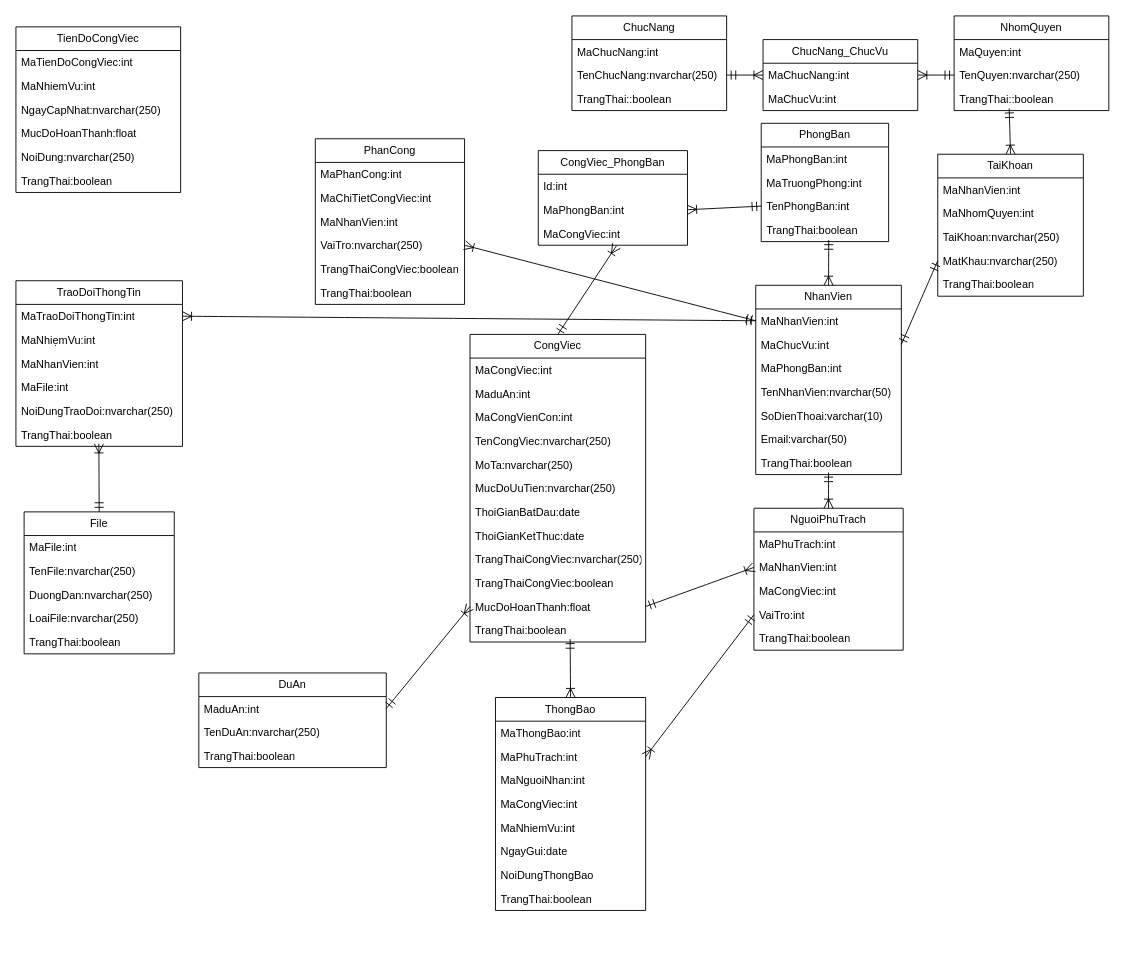
maivantai2003/vercelDemo keeps this draw.io diagram as new dacn+.net.drawio. Above is the earlier version. Source tidied: cells renumbered, new cells numbered last; positions are measured from the earlier drawing's top-left corner, leaving out a move shared by most shapes. Both pictures are drawn from the tidied source at 91%, with x=0, y=0 at pixel (15, 15).
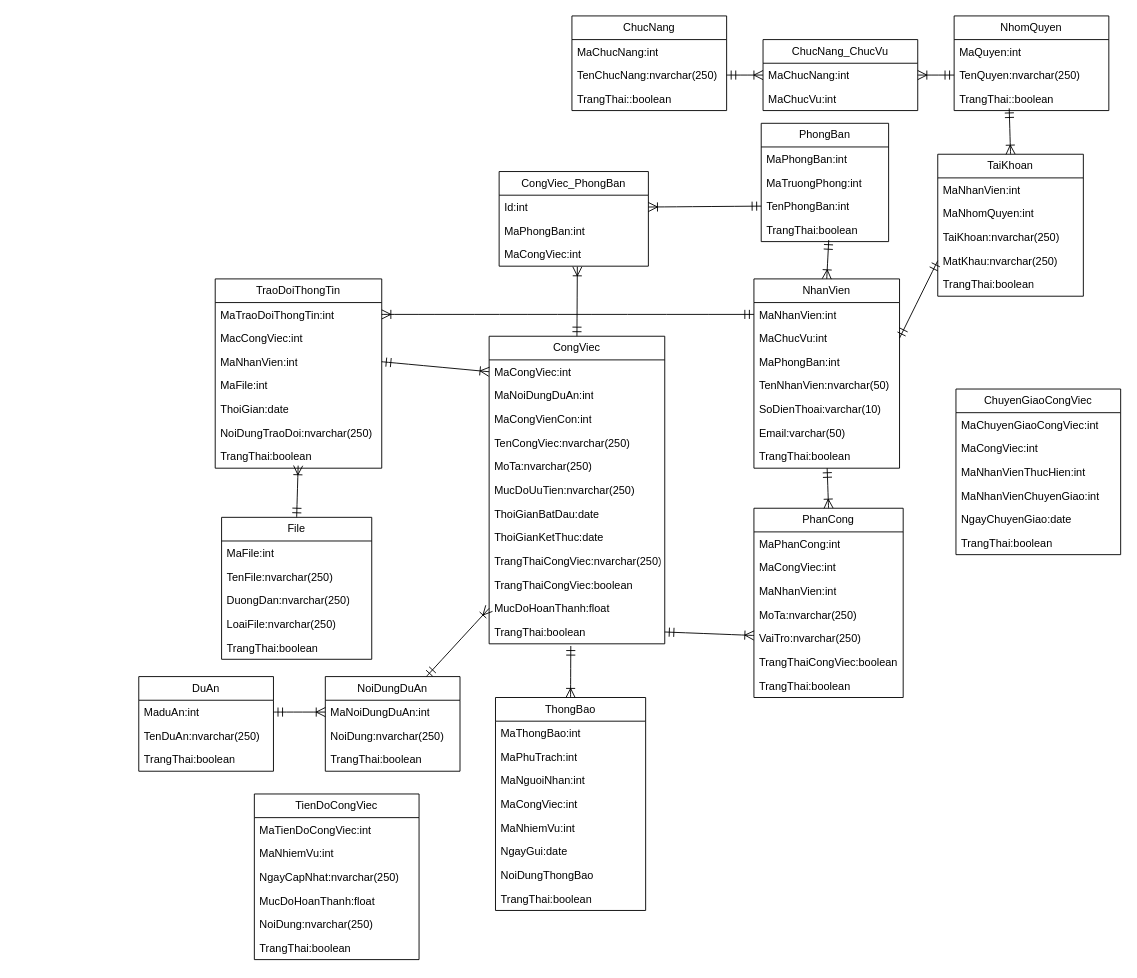
The same diagram, later.

Commit message (it also covers changes not shown here):
Cập nhật new dacn+.net.drawio

The change refers to these unchanged cells:
```xml
<mxCell id="11" value="TenPhongBan:int" style="text;strokeColor=none;fillColor=none;align=left;verticalAlign=top;spacingLeft=4;spacingRight=4;overflow=hidden;points=[[0,0.5],[1,0.5]];portConstraint=eastwest;whiteSpace=wrap;html=1;" parent="8" vertex="1">
  <mxGeometry y="78" width="140" height="26" as="geometry" />
</mxCell>
<mxCell id="15" value="MaCongViec:int" style="text;strokeColor=none;fillColor=none;align=left;verticalAlign=top;spacingLeft=4;spacingRight=4;overflow=hidden;points=[[0,0.5],[1,0.5]];portConstraint=eastwest;whiteSpace=wrap;html=1;" parent="14" vertex="1">
  <mxGeometry y="26" width="193" height="26" as="geometry" />
</mxCell>
<mxCell id="25" value="MucDoHoanThanh:float" style="text;strokeColor=none;fillColor=none;align=left;verticalAlign=top;spacingLeft=4;spacingRight=4;overflow=hidden;points=[[0,0.5],[1,0.5]];portConstraint=eastwest;whiteSpace=wrap;html=1;" parent="14" vertex="1">
  <mxGeometry y="286" width="193" height="26" as="geometry" />
</mxCell>
<mxCell id="26" value="TrangThai:boolean" style="text;strokeColor=none;fillColor=none;align=left;verticalAlign=top;spacingLeft=4;spacingRight=4;overflow=hidden;points=[[0,0.5],[1,0.5]];portConstraint=eastwest;whiteSpace=wrap;html=1;" parent="14" vertex="1">
  <mxGeometry y="312" width="193" height="26" as="geometry" />
</mxCell>
<mxCell id="42" value="Id:int" style="text;strokeColor=none;fillColor=none;align=left;verticalAlign=top;spacingLeft=4;spacingRight=4;overflow=hidden;points=[[0,0.5],[1,0.5]];portConstraint=eastwest;whiteSpace=wrap;html=1;" parent="41" vertex="1">
  <mxGeometry y="26" width="164" height="26" as="geometry" />
</mxCell>
<mxCell id="47" value="MaNhanVien:int" style="text;strokeColor=none;fillColor=none;align=left;verticalAlign=top;spacingLeft=4;spacingRight=4;overflow=hidden;points=[[0,0.5],[1,0.5]];portConstraint=eastwest;whiteSpace=wrap;html=1;" parent="46" vertex="1">
  <mxGeometry y="26" width="160" height="26" as="geometry" />
</mxCell>
<mxCell id="53" value="TrangThai:boolean" style="text;strokeColor=none;fillColor=none;align=left;verticalAlign=top;spacingLeft=4;spacingRight=4;overflow=hidden;points=[[0,0.5],[1,0.5]];portConstraint=eastwest;whiteSpace=wrap;html=1;" parent="46" vertex="1">
  <mxGeometry y="182" width="160" height="26" as="geometry" />
</mxCell>
<mxCell id="76" value="MaNhanVien:int" style="text;strokeColor=none;fillColor=none;align=left;verticalAlign=top;spacingLeft=4;spacingRight=4;overflow=hidden;points=[[0,0.5],[1,0.5]];portConstraint=eastwest;whiteSpace=wrap;html=1;" parent="73" vertex="1">
  <mxGeometry y="78" width="183" height="26" as="geometry" />
</mxCell>
<mxCell id="95" value="ThongBao" style="swimlane;fontStyle=0;horizontal=1;startSize=26;fillColor=none;whiteSpace=wrap;html=1;" parent="1" vertex="1">
  <mxGeometry x="527" y="749" width="165" height="234" as="geometry" />
</mxCell>
<mxCell id="97" value="MaPhuTrach:int" style="text;strokeColor=none;fillColor=none;align=left;verticalAlign=top;spacingLeft=4;spacingRight=4;overflow=hidden;points=[[0,0.5],[1,0.5]];portConstraint=eastwest;whiteSpace=wrap;html=1;" parent="95" vertex="1">
  <mxGeometry y="52" width="165" height="26" as="geometry" />
</mxCell>
```

What changed in the source:
```diff
@@
     <mxCell id="14" value="CongViec" style="swimlane;fontStyle=0;horizontal=1;startSize=26;fillColor=none;whiteSpace=wrap;html=1;" parent="1" vertex="1">
-      <mxGeometry x="499" y="350" width="193" height="338" as="geometry" />
+      <mxGeometry x="520" y="352" width="193" height="338" as="geometry" />
     </mxCell>
@@
-    <mxCell id="16" value="MaduAn:int" style="text;strokeColor=none;fillColor=none;align=left;verticalAlign=top;spacingLeft=4;spacingRight=4;overflow=hidden;whiteSpace=wrap;html=1;" parent="14" vertex="1">
+    <mxCell id="16" value="MaNoiDungDuAn:int" style="text;strokeColor=none;fillColor=none;align=left;verticalAlign=top;spacingLeft=4;spacingRight=4;overflow=hidden;whiteSpace=wrap;html=1;" parent="14" vertex="1">
       <mxGeometry y="52" width="193" height="26" as="geometry" />
     </mxCell>
@@
     <mxCell id="41" value="CongViec_PhongBan" style="swimlane;fontStyle=0;horizontal=1;startSize=26;fillColor=none;whiteSpace=wrap;html=1;" parent="1" vertex="1">
-      <mxGeometry x="574" y="148" width="164" height="104" as="geometry" />
+      <mxGeometry x="531" y="171" width="164" height="104" as="geometry" />
     </mxCell>
@@
     <mxCell id="46" value="NhanVien" style="swimlane;fontStyle=0;horizontal=1;startSize=26;fillColor=none;whiteSpace=wrap;html=1;" parent="1" vertex="1">
-      <mxGeometry x="813" y="296" width="160" height="208" as="geometry" />
+      <mxGeometry x="811" y="289" width="160" height="208" as="geometry" />
     </mxCell>
@@
-    <mxCell id="55" style="edgeStyle=none;curved=1;rounded=0;jettySize=auto;html=1;exitX=1;exitY=0.5;exitDx=0;exitDy=0;entryX=0;entryY=0.5;entryDx=0;entryDy=0;fontSize=12;startSize=8;endSize=8;startArrow=ERoneToMany;startFill=0;endArrow=ERmandOne;endFill=0;" parent="1" edge="1" target="11">
-      <mxGeometry relative="1" as="geometry">
-        <mxPoint x="738" y="213" as="sourcePoint" />
-      </mxGeometry>
+    <mxCell id="55" style="edgeStyle=none;curved=1;rounded=0;jettySize=auto;html=1;exitX=1;exitY=0.5;exitDx=0;exitDy=0;entryX=0;entryY=0.5;entryDx=0;entryDy=0;fontSize=12;startSize=8;endSize=8;startArrow=ERoneToMany;startFill=0;endArrow=ERmandOne;endFill=0;" parent="1" edge="1" source="42" target="11">
+      <mxGeometry relative="1" as="geometry" />
     </mxCell>
@@
+    <mxCell id="111" style="edgeStyle=none;curved=1;rounded=0;jettySize=auto;html=1;exitX=0.5;exitY=0;exitDx=0;exitDy=0;fontSize=12;startSize=8;endSize=8;startArrow=ERoneToMany;startFill=0;endArrow=ERmandOne;endFill=0;" parent="1" edge="1" source="57" target="53">
+      <mxGeometry relative="1" as="geometry" />
+    </mxCell>
     <mxCell id="57" value="PhanCong" style="swimlane;fontStyle=0;horizontal=1;startSize=26;fillColor=none;whiteSpace=wrap;html=1;" parent="1" vertex="1">
-      <mxGeometry x="329" y="135" width="164" height="182" as="geometry" />
+      <mxGeometry x="811" y="541" width="164" height="208" as="geometry" />
     </mxCell>
@@
-    <mxCell id="59" value="MaChiTietCongViec:int" style="text;strokeColor=none;fillColor=none;align=left;verticalAlign=top;spacingLeft=4;spacingRight=4;overflow=hidden;whiteSpace=wrap;html=1;" parent="57" vertex="1">
+    <mxCell id="59" value="MaCongViec:int" style="text;strokeColor=none;fillColor=none;align=left;verticalAlign=top;spacingLeft=4;spacingRight=4;overflow=hidden;whiteSpace=wrap;html=1;" parent="57" vertex="1">
       <mxGeometry y="52" width="164" height="26" as="geometry" />
     </mxCell>
@@
+    <mxCell id="112" value="MoTa:nvarchar(250)" style="text;strokeColor=none;fillColor=none;align=left;verticalAlign=top;spacingLeft=4;spacingRight=4;overflow=hidden;whiteSpace=wrap;html=1;" parent="57" vertex="1">
+      <mxGeometry y="104" width="164" height="26" as="geometry" />
+    </mxCell>
     <mxCell id="61" value="VaiTro:nvarchar(250)" style="text;strokeColor=none;fillColor=none;align=left;verticalAlign=top;spacingLeft=4;spacingRight=4;overflow=hidden;points=[[0,0.5],[1,0.5]];portConstraint=eastwest;whiteSpace=wrap;html=1;" parent="57" vertex="1">
-      <mxGeometry y="104" width="164" height="26" as="geometry" />
+      <mxGeometry y="130" width="164" height="26" as="geometry" />
     </mxCell>
     <mxCell id="62" value="TrangThaiCongViec:boolean" style="text;strokeColor=none;fillColor=none;align=left;verticalAlign=top;spacingLeft=4;spacingRight=4;overflow=hidden;whiteSpace=wrap;html=1;" parent="57" vertex="1">
-      <mxGeometry y="130" width="164" height="26" as="geometry" />
+      <mxGeometry y="156" width="164" height="26" as="geometry" />
     </mxCell>
     <mxCell id="63" value="TrangThai:boolean" style="text;strokeColor=none;fillColor=none;align=left;verticalAlign=top;spacingLeft=4;spacingRight=4;overflow=hidden;whiteSpace=wrap;html=1;" parent="57" vertex="1">
-      <mxGeometry y="156" width="164" height="26" as="geometry" />
+      <mxGeometry y="182" width="164" height="26" as="geometry" />
     </mxCell>
-    <mxCell id="64" style="edgeStyle=none;curved=1;rounded=0;jettySize=auto;html=1;exitX=1;exitY=0.5;exitDx=0;exitDy=0;entryX=0;entryY=0.5;entryDx=0;entryDy=0;fontSize=12;startSize=8;endSize=8;startArrow=ERoneToMany;startFill=0;endArrow=ERmandOne;endFill=0;" parent="1" edge="1" source="61" target="47">
-      <mxGeometry relative="1" as="geometry" />
-    </mxCell>
-    <mxCell id="65" value="NguoiPhuTrach" style="swimlane;fontStyle=0;horizontal=1;startSize=26;fillColor=none;whiteSpace=wrap;html=1;" parent="1" vertex="1">
-      <mxGeometry x="811" y="541" width="164" height="156" as="geometry" />
-    </mxCell>
-    <mxCell id="66" value="MaPhuTrach:int" style="text;strokeColor=none;fillColor=none;align=left;verticalAlign=top;spacingLeft=4;spacingRight=4;overflow=hidden;whiteSpace=wrap;html=1;" parent="65" vertex="1">
-      <mxGeometry y="26" width="164" height="26" as="geometry" />
-    </mxCell>
-    <mxCell id="67" value="MaNhanVien:int" style="text;strokeColor=none;fillColor=none;align=left;verticalAlign=top;spacingLeft=4;spacingRight=4;overflow=hidden;points=[[0,0.5],[1,0.5]];portConstraint=eastwest;whiteSpace=wrap;html=1;" parent="65" vertex="1">
-      <mxGeometry y="52" width="164" height="26" as="geometry" />
-    </mxCell>
-    <mxCell id="68" value="MaCongViec:int" style="text;strokeColor=none;fillColor=none;align=left;verticalAlign=top;spacingLeft=4;spacingRight=4;overflow=hidden;whiteSpace=wrap;html=1;" parent="65" vertex="1">
-      <mxGeometry y="78" width="164" height="26" as="geometry" />
-    </mxCell>
-    <mxCell id="69" value="VaiTro:int" style="text;strokeColor=none;fillColor=none;align=left;verticalAlign=top;spacingLeft=4;spacingRight=4;overflow=hidden;points=[[0,0.5],[1,0.5]];portConstraint=eastwest;whiteSpace=wrap;html=1;" parent="65" vertex="1">
-      <mxGeometry y="104" width="164" height="26" as="geometry" />
-    </mxCell>
-    <mxCell id="70" value="TrangThai:boolean" style="text;strokeColor=none;fillColor=none;align=left;verticalAlign=top;spacingLeft=4;spacingRight=4;overflow=hidden;whiteSpace=wrap;html=1;" parent="65" vertex="1">
-      <mxGeometry y="130" width="164" height="26" as="geometry" />
-    </mxCell>
-    <mxCell id="71" style="edgeStyle=none;curved=1;rounded=0;jettySize=auto;html=1;exitX=0.5;exitY=0;exitDx=0;exitDy=0;entryX=0.5;entryY=0.915;entryDx=0;entryDy=0;entryPerimeter=0;fontSize=12;startSize=8;endSize=8;startArrow=ERoneToMany;startFill=0;endArrow=ERmandOne;endFill=0;" parent="1" edge="1" source="65" target="53">
-      <mxGeometry relative="1" as="geometry" />
-    </mxCell>
-    <mxCell id="72" style="edgeStyle=none;curved=1;rounded=0;jettySize=auto;html=1;exitX=1;exitY=0.5;exitDx=0;exitDy=0;entryX=0;entryY=0.5;entryDx=0;entryDy=0;fontSize=12;startSize=8;endSize=8;startArrow=ERmandOne;startFill=0;endArrow=ERoneToMany;endFill=0;" parent="1" edge="1" source="25" target="67">
-      <mxGeometry relative="1" as="geometry" />
-    </mxCell>
     <mxCell id="73" value="TraoDoiThongTin" style="swimlane;fontStyle=0;horizontal=1;startSize=26;fillColor=none;whiteSpace=wrap;html=1;" parent="1" vertex="1">
-      <mxGeometry y="291" width="183" height="182" as="geometry" />
+      <mxGeometry x="219" y="289" width="183" height="208" as="geometry" />
     </mxCell>
@@
-    <mxCell id="75" value="MaNhiẹmVu:int" style="text;strokeColor=none;fillColor=none;align=left;verticalAlign=top;spacingLeft=4;spacingRight=4;overflow=hidden;whiteSpace=wrap;html=1;" parent="73" vertex="1">
+    <mxCell id="75" value="MacCongViec:int" style="text;strokeColor=none;fillColor=none;align=left;verticalAlign=top;spacingLeft=4;spacingRight=4;overflow=hidden;whiteSpace=wrap;html=1;" parent="73" vertex="1">
       <mxGeometry y="52" width="183" height="26" as="geometry" />
     </mxCell>
@@
+    <mxCell id="113" value="ThoiGian:date" style="text;strokeColor=none;fillColor=none;align=left;verticalAlign=top;spacingLeft=4;spacingRight=4;overflow=hidden;whiteSpace=wrap;html=1;" parent="73" vertex="1">
+      <mxGeometry y="130" width="183" height="26" as="geometry" />
+    </mxCell>
     <mxCell id="78" value="NoiDungTraoDoi:nvarchar(250)" style="text;strokeColor=none;fillColor=none;align=left;verticalAlign=top;spacingLeft=4;spacingRight=4;overflow=hidden;whiteSpace=wrap;html=1;" parent="73" vertex="1">
-      <mxGeometry y="130" width="183" height="26" as="geometry" />
+      <mxGeometry y="156" width="183" height="26" as="geometry" />
     </mxCell>
     <mxCell id="79" value="TrangThai:boolean" style="text;strokeColor=none;fillColor=none;align=left;verticalAlign=top;spacingLeft=4;spacingRight=4;overflow=hidden;points=[[0,0.5],[1,0.5]];portConstraint=eastwest;whiteSpace=wrap;html=1;" parent="73" vertex="1">
-      <mxGeometry y="156" width="183" height="26" as="geometry" />
+      <mxGeometry y="182" width="183" height="26" as="geometry" />
     </mxCell>
     <mxCell id="80" value="File" style="swimlane;fontStyle=0;horizontal=1;startSize=26;fillColor=none;whiteSpace=wrap;html=1;" parent="1" vertex="1">
-      <mxGeometry x="9" y="545" width="165" height="156" as="geometry" />
+      <mxGeometry x="226" y="551" width="165" height="156" as="geometry" />
     </mxCell>
@@
     <mxCell id="88" value="TienDoCongViec" style="swimlane;fontStyle=0;horizontal=1;startSize=26;fillColor=none;whiteSpace=wrap;html=1;" parent="1" vertex="1">
-      <mxGeometry y="12" width="181" height="182" as="geometry" />
+      <mxGeometry x="262" y="855" width="181" height="182" as="geometry" />
     </mxCell>
@@
-    <mxCell id="104" style="edgeStyle=none;curved=1;rounded=0;jettySize=auto;html=1;exitX=1;exitY=0.5;exitDx=0;exitDy=0;entryX=0;entryY=0.5;entryDx=0;entryDy=0;fontSize=12;startSize=8;endSize=8;endArrow=ERmandOne;endFill=0;startArrow=ERoneToMany;startFill=0;" parent="1" edge="1" source="97" target="69">
-      <mxGeometry relative="1" as="geometry" />
-    </mxCell>
-    <mxCell id="105" style="edgeStyle=none;curved=1;rounded=0;jettySize=auto;html=1;exitX=0.5;exitY=0;exitDx=0;exitDy=0;entryX=0.57;entryY=0.877;entryDx=0;entryDy=0;entryPerimeter=0;fontSize=12;startSize=8;endSize=8;startArrow=ERoneToMany;startFill=0;endArrow=ERmandOne;endFill=0;" parent="1" edge="1" source="95" target="26">
+    <mxCell id="105" style="edgeStyle=none;curved=1;rounded=0;jettySize=auto;html=1;exitX=0.5;exitY=0;exitDx=0;exitDy=0;fontSize=12;startSize=8;endSize=8;startArrow=ERoneToMany;startFill=0;endArrow=ERmandOne;endFill=0;entryX=0.465;entryY=1.092;entryDx=0;entryDy=0;entryPerimeter=0;" parent="1" edge="1" source="95" target="26">
       <mxGeometry relative="1" as="geometry" />
     </mxCell>
     <mxCell id="106" value="DuAn" style="swimlane;fontStyle=0;horizontal=1;startSize=26;fillColor=none;whiteSpace=wrap;html=1;" parent="1" vertex="1">
-      <mxGeometry x="201" y="722" width="206" height="104" as="geometry" />
+      <mxGeometry x="135" y="726" width="148" height="104" as="geometry" />
     </mxCell>
     <mxCell id="107" value="MaduAn:int" style="text;strokeColor=none;fillColor=none;align=left;verticalAlign=top;spacingLeft=4;spacingRight=4;overflow=hidden;points=[[0,0.5],[1,0.5]];portConstraint=eastwest;whiteSpace=wrap;html=1;" parent="106" vertex="1">
-      <mxGeometry y="26" width="206" height="26" as="geometry" />
+      <mxGeometry y="26" width="148" height="26" as="geometry" />
     </mxCell>
     <mxCell id="108" value="TenDuAn:nvarchar(250)" style="text;strokeColor=none;fillColor=none;align=left;verticalAlign=top;spacingLeft=4;spacingRight=4;overflow=hidden;whiteSpace=wrap;html=1;" parent="106" vertex="1">
-      <mxGeometry y="52" width="206" height="26" as="geometry" />
+      <mxGeometry y="52" width="148" height="26" as="geometry" />
     </mxCell>
     <mxCell id="109" value="TrangThai:boolean" style="text;strokeColor=none;fillColor=none;align=left;verticalAlign=top;spacingLeft=4;spacingRight=4;overflow=hidden;whiteSpace=wrap;html=1;" parent="106" vertex="1">
-      <mxGeometry y="78" width="206" height="26" as="geometry" />
+      <mxGeometry y="78" width="148" height="26" as="geometry" />
     </mxCell>
-    <mxCell id="110" style="edgeStyle=none;curved=1;rounded=0;jettySize=auto;html=1;exitX=1;exitY=0.5;exitDx=0;exitDy=0;entryX=0;entryY=0.5;entryDx=0;entryDy=0;fontSize=12;startSize=8;endSize=8;endArrow=ERoneToMany;endFill=0;startArrow=ERmandOne;startFill=0;" parent="1" edge="1" source="107" target="25">
+    <mxCell id="110" style="edgeStyle=none;curved=1;rounded=0;jettySize=auto;html=1;exitX=1;exitY=0.5;exitDx=0;exitDy=0;entryX=0;entryY=0.5;entryDx=0;entryDy=0;fontSize=12;startSize=8;endSize=8;endArrow=ERoneToMany;endFill=0;startArrow=ERmandOne;startFill=0;" parent="1" edge="1" source="107" target="117">
       <mxGeometry relative="1" as="geometry" />
     </mxCell>
+    <mxCell id="114" style="edgeStyle=none;curved=1;rounded=0;jettySize=auto;html=1;entryX=1;entryY=0.5;entryDx=0;entryDy=0;fontSize=12;startSize=8;endSize=8;startArrow=ERoneToMany;startFill=0;endArrow=ERmandOne;endFill=0;" parent="1" edge="1" source="61" target="26">
+      <mxGeometry relative="1" as="geometry" />
+    </mxCell>
+    <mxCell id="115" style="edgeStyle=none;curved=1;rounded=0;jettySize=auto;html=1;exitX=0.75;exitY=0;exitDx=0;exitDy=0;entryX=0;entryY=0.5;entryDx=0;entryDy=0;fontSize=12;startSize=8;endSize=8;endArrow=ERoneToMany;endFill=0;startArrow=ERmandOne;startFill=0;" parent="1" edge="1" source="116" target="25">
+      <mxGeometry relative="1" as="geometry" />
+    </mxCell>
+    <mxCell id="116" value="NoiDungDuAn" style="swimlane;fontStyle=0;horizontal=1;startSize=26;fillColor=none;whiteSpace=wrap;html=1;" parent="1" vertex="1">
+      <mxGeometry x="340" y="726" width="148" height="104" as="geometry" />
+    </mxCell>
+    <mxCell id="117" value="MaNoiDungDuAn:int" style="text;strokeColor=none;fillColor=none;align=left;verticalAlign=top;spacingLeft=4;spacingRight=4;overflow=hidden;points=[[0,0.5],[1,0.5]];portConstraint=eastwest;whiteSpace=wrap;html=1;" parent="116" vertex="1">
+      <mxGeometry y="26" width="148" height="26" as="geometry" />
+    </mxCell>
+    <mxCell id="118" value="NoiDung:nvarchar(250)" style="text;strokeColor=none;fillColor=none;align=left;verticalAlign=top;spacingLeft=4;spacingRight=4;overflow=hidden;whiteSpace=wrap;html=1;" parent="116" vertex="1">
+      <mxGeometry y="52" width="148" height="26" as="geometry" />
+    </mxCell>
+    <mxCell id="119" value="TrangThai:boolean" style="text;strokeColor=none;fillColor=none;align=left;verticalAlign=top;spacingLeft=4;spacingRight=4;overflow=hidden;whiteSpace=wrap;html=1;" parent="116" vertex="1">
+      <mxGeometry y="78" width="148" height="26" as="geometry" />
+    </mxCell>
+    <mxCell id="120" value="ChuyenGiaoCongViec" style="swimlane;fontStyle=0;horizontal=1;startSize=26;fillColor=none;whiteSpace=wrap;html=1;" parent="1" vertex="1">
+      <mxGeometry x="1033" y="410" width="181" height="182" as="geometry" />
+    </mxCell>
+    <mxCell id="121" value="MaChuyenGiaoCongViec:int" style="text;strokeColor=none;fillColor=none;align=left;verticalAlign=top;spacingLeft=4;spacingRight=4;overflow=hidden;whiteSpace=wrap;html=1;" parent="120" vertex="1">
+      <mxGeometry y="26" width="181" height="26" as="geometry" />
+    </mxCell>
+    <mxCell id="68" value="MaCongViec:int" style="text;strokeColor=none;fillColor=none;align=left;verticalAlign=top;spacingLeft=4;spacingRight=4;overflow=hidden;whiteSpace=wrap;html=1;" parent="120" vertex="1">
+      <mxGeometry y="52" width="181" height="26" as="geometry" />
+    </mxCell>
+    <mxCell id="122" value="MaNhanVienThucHien:int" style="text;strokeColor=none;fillColor=none;align=left;verticalAlign=top;spacingLeft=4;spacingRight=4;overflow=hidden;whiteSpace=wrap;html=1;" parent="120" vertex="1">
+      <mxGeometry y="78" width="181" height="26" as="geometry" />
+    </mxCell>
+    <mxCell id="123" value="MaNhanVienChuyenGiao:int" style="text;strokeColor=none;fillColor=none;align=left;verticalAlign=top;spacingLeft=4;spacingRight=4;overflow=hidden;whiteSpace=wrap;html=1;" parent="120" vertex="1">
+      <mxGeometry y="104" width="181" height="26" as="geometry" />
+    </mxCell>
+    <mxCell id="124" value="NgayChuyenGiao:date" style="text;strokeColor=none;fillColor=none;align=left;verticalAlign=top;spacingLeft=4;spacingRight=4;overflow=hidden;whiteSpace=wrap;html=1;" parent="120" vertex="1">
+      <mxGeometry y="130" width="181" height="26" as="geometry" />
+    </mxCell>
+    <mxCell id="125" value="TrangThai:boolean" style="text;strokeColor=none;fillColor=none;align=left;verticalAlign=top;spacingLeft=4;spacingRight=4;overflow=hidden;whiteSpace=wrap;html=1;" parent="120" vertex="1">
+      <mxGeometry y="156" width="181" height="26" as="geometry" />
+    </mxCell>
+    <mxCell id="126" style="edgeStyle=none;curved=1;rounded=0;jettySize=auto;html=1;exitX=1;exitY=0.5;exitDx=0;exitDy=0;entryX=0;entryY=0.5;entryDx=0;entryDy=0;fontSize=12;startSize=8;endSize=8;endArrow=ERoneToMany;endFill=0;startArrow=ERmandOne;startFill=0;" parent="1" edge="1" source="76" target="15">
+      <mxGeometry relative="1" as="geometry" />
+    </mxCell>
```
